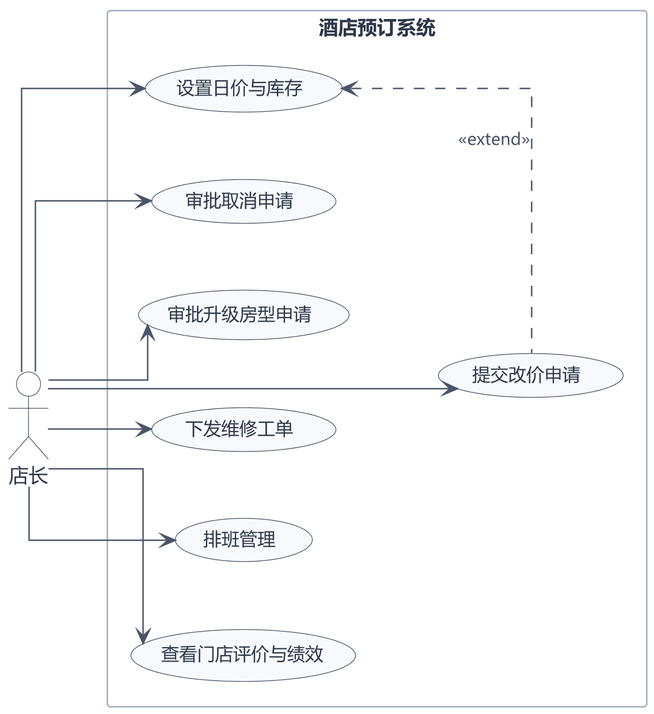
This is UML/UML用例图_店长端.png from ruzhai/software-engineering-labs, a PlantUML export, as it was before one commit. Its diagram source:
```plantuml
@startuml UML用例图_店长端
skinparam dpi 250
skinparam defaultFontName "Microsoft YaHei"
skinparam shadowing false
skinparam backgroundColor #FFFFFF
skinparam linetype ortho
skinparam ArrowColor #4A5568
skinparam ArrowFontColor #4A5568
skinparam ArrowFontSize 11
skinparam UsecaseBackgroundColor #F7FAFC
skinparam UsecaseBorderColor #4A5568
skinparam UsecaseFontColor #2D3748
skinparam UsecaseFontSize 12
skinparam ActorBackgroundColor #FFFFFF
skinparam ActorBorderColor #4A5568
skinparam ActorFontColor #2D3748
skinparam ActorFontSize 13
skinparam RectangleBackgroundColor #FFFFFF
skinparam RectangleBorderColor #A0AEC0
skinparam RectangleFontColor #2D3748
skinparam RectangleFontSize 13
skinparam nodesep 45
skinparam ranksep 55
left to right direction

actor "店长" as S

rectangle "酒店预订系统" {
  usecase "设置日价与库存" as UC1
  usecase "提交改价申请" as UC2
  usecase "审批取消申请" as UC3
  usecase "审批升级房型申请" as UC4
  usecase "下发维修工单" as UC5
  usecase "排班管理" as UC6
  usecase "查看门店评价与绩效" as UC7
}

S --> UC1
S --> UC2
S --> UC3
S --> UC4
S --> UC5
S --> UC6
S --> UC7

UC1 <.. UC2 : <<extend>>
@enduml
```
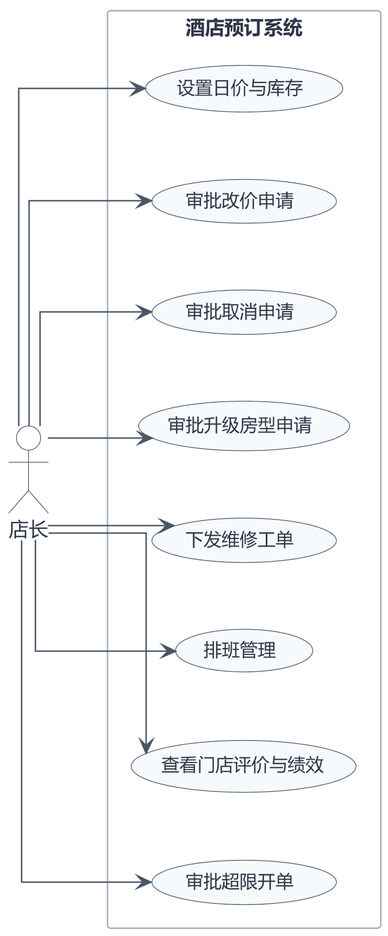
After the change.

Diff of the diagram source:
```diff
@@ -27,12 +27,13 @@
 
 rectangle "酒店预订系统" {
   usecase "设置日价与库存" as UC1
-  usecase "提交改价申请" as UC2
+  usecase "审批改价申请" as UC2
   usecase "审批取消申请" as UC3
   usecase "审批升级房型申请" as UC4
   usecase "下发维修工单" as UC5
   usecase "排班管理" as UC6
   usecase "查看门店评价与绩效" as UC7
+  usecase "审批超限开单" as UC8
 }
 
 S --> UC1
@@ -42,6 +43,5 @@
 S --> UC5
 S --> UC6
 S --> UC7
-
-UC1 <.. UC2 : <<extend>>
+S --> UC8
 @enduml
```
